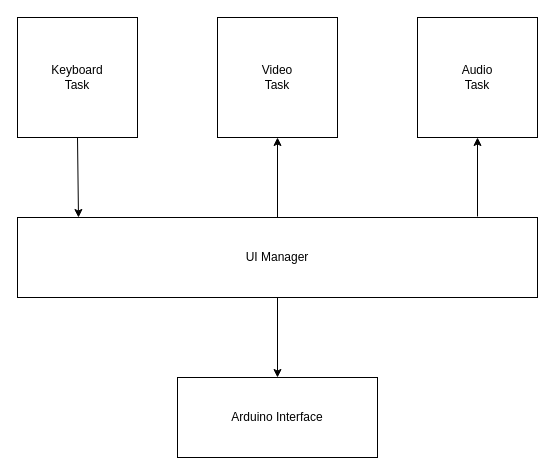
This is docs/RetroAV-SW-Block-Diagram.drawio from dervish77/RetroAV, a draw.io file, before an edit. Source tidied: cells renumbered, new cells numbered last; positions are measured from the earlier drawing's top-left corner, leaving out a move shared by most shapes. Both pictures are drawn from the tidied source at 100%, with x=0, y=0 at pixel (17, 17).
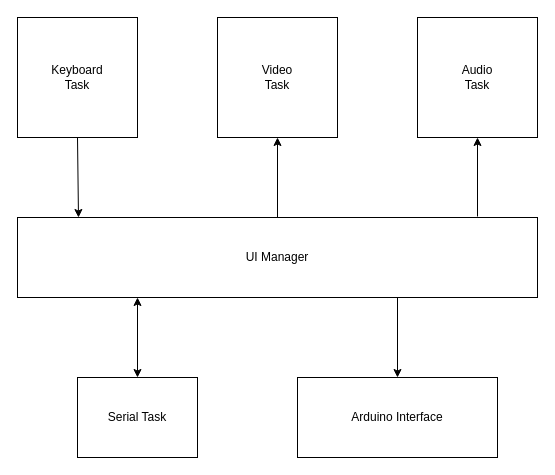
The same page after the edit.

Commit message (it also covers changes not shown here):
updated block diagrams

Change to the diagram source:
```diff
@@
 <mxGraphModel>
   <root>
     <mxCell id="0" />
     <mxCell id="1" parent="0" />
     <mxCell id="2" value="UI Manager" style="rounded=0;whiteSpace=wrap;html=1;" parent="1" vertex="1">
       <mxGeometry y="200" width="520" height="80" as="geometry" />
     </mxCell>
     <mxCell id="3" value="Keyboard&lt;br&gt;Task" style="rounded=0;whiteSpace=wrap;html=1;" parent="1" vertex="1">
       <mxGeometry width="120" height="120" as="geometry" />
     </mxCell>
     <mxCell id="4" value="Audio&lt;br&gt;Task" style="rounded=0;whiteSpace=wrap;html=1;" parent="1" vertex="1">
       <mxGeometry x="400" width="120" height="120" as="geometry" />
     </mxCell>
     <mxCell id="5" value="Video&lt;br&gt;Task" style="rounded=0;whiteSpace=wrap;html=1;" parent="1" vertex="1">
       <mxGeometry x="200" width="120" height="120" as="geometry" />
     </mxCell>
     <mxCell id="6" style="endArrow=classic;html=1;exitX=0.5;exitY=1;exitDx=0;exitDy=0;" parent="1" edge="1" source="3">
       <mxGeometry relative="1" as="geometry">
         <mxPoint x="61" y="200" as="targetPoint" />
       </mxGeometry>
     </mxCell>
     <mxCell id="7" style="endArrow=classic;html=1;entryX=0.5;entryY=1;entryDx=0;entryDy=0;exitX=0.5;exitY=0;exitDx=0;exitDy=0;" parent="1" edge="1" source="2" target="5">
       <mxGeometry relative="1" as="geometry" />
     </mxCell>
     <mxCell id="8" style="endArrow=classic;html=1;entryX=0.5;entryY=1;entryDx=0;entryDy=0;" parent="1" edge="1" target="4">
       <mxGeometry relative="1" as="geometry">
         <mxPoint x="460" y="199" as="sourcePoint" />
       </mxGeometry>
     </mxCell>
     <mxCell id="9" value="Arduino Interface" style="rounded=0;whiteSpace=wrap;html=1;" parent="1" vertex="1">
-      <mxGeometry x="160" y="360" width="200" height="80" as="geometry" />
+      <mxGeometry x="280" y="360" width="200" height="80" as="geometry" />
     </mxCell>
-    <mxCell id="10" style="endArrow=classic;html=1;exitX=0.5;exitY=1;exitDx=0;exitDy=0;entryX=0.5;entryY=0;entryDx=0;entryDy=0;" parent="1" edge="1" source="2" target="9">
-      <mxGeometry relative="1" as="geometry" />
+    <mxCell id="10" style="endArrow=classic;html=1;entryX=0.5;entryY=0;entryDx=0;entryDy=0;" parent="1" edge="1" target="9">
+      <mxGeometry relative="1" as="geometry">
+        <mxPoint x="380" y="280" as="sourcePoint" />
+      </mxGeometry>
     </mxCell>
+    <mxCell id="11" value="Serial Task" style="rounded=0;whiteSpace=wrap;html=1;" parent="1" vertex="1">
+      <mxGeometry x="60" y="360" width="120" height="80" as="geometry" />
+    </mxCell>
+    <mxCell id="12" style="endArrow=classic;startArrow=classic;html=1;exitX=0.5;exitY=0;exitDx=0;exitDy=0;" parent="1" edge="1" source="11">
+      <mxGeometry relative="1" as="geometry">
+        <mxPoint x="120" y="280" as="targetPoint" />
+      </mxGeometry>
+    </mxCell>
   </root>
 </mxGraphModel>
```
